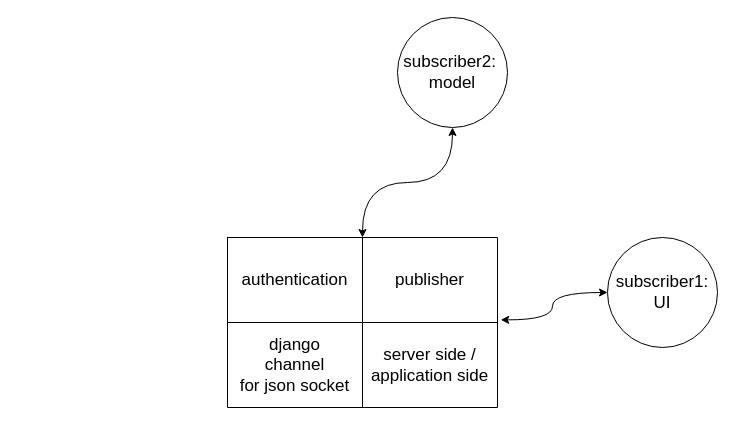
The draw.io diagram relay_server.drawio in chauchausoup/major_diagrams, before the edit. Source tidied: cells renumbered, new cells numbered last; positions are measured from the earlier drawing's top-left corner, leaving out a move shared by most shapes. Both pictures are drawn from the tidied source at 100%, with x=0, y=0 at pixel (227, 17).
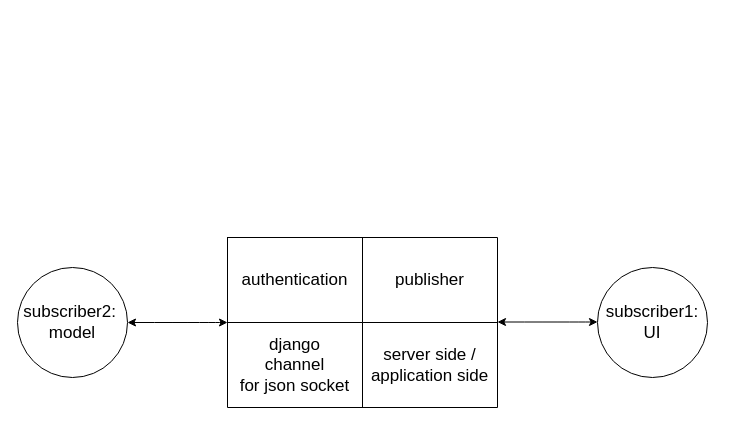
Above is the later version.

What changed in the source:
```diff
@@
 <mxGraphModel>
   <root>
     <mxCell id="0" />
     <mxCell id="1" parent="0" />
     <mxCell id="2" style="edgeStyle=orthogonalEdgeStyle;rounded=0;jettySize=auto;html=1;fontSize=17;curved=1;startArrow=classic;startFill=1;" parent="1" edge="1" source="3" target="12">
       <mxGeometry relative="1" as="geometry" />
     </mxCell>
     <mxCell id="3" style="shape=table;html=1;whiteSpace=wrap;startSize=0;childLayout=tableLayout;fontSize=17;" parent="1" vertex="1">
       <mxGeometry y="220" width="270" height="170" as="geometry" />
     </mxCell>
     <mxCell id="4" style="shape=partialRectangle;html=1;whiteSpace=wrap;fillColor=none;top=0;left=0;bottom=0;right=0;points=[[0,0.5],[1,0.5]];portConstraint=eastwest;fontSize=17;" parent="3" vertex="1">
       <mxGeometry width="270" height="85" as="geometry" />
     </mxCell>
     <mxCell id="5" value="authentication" style="shape=partialRectangle;html=1;whiteSpace=wrap;overflow=hidden;fillColor=none;top=0;left=0;bottom=0;right=0;fontSize=17;" parent="4" vertex="1">
       <mxGeometry width="135" height="85" as="geometry" />
     </mxCell>
     <mxCell id="6" value="publisher" style="shape=partialRectangle;html=1;whiteSpace=wrap;overflow=hidden;fillColor=none;top=0;left=0;bottom=0;right=0;fontSize=17;" parent="4" vertex="1">
       <mxGeometry x="135" width="135" height="85" as="geometry" />
     </mxCell>
     <mxCell id="7" style="shape=partialRectangle;html=1;whiteSpace=wrap;fillColor=none;top=0;left=0;bottom=0;right=0;fontSize=17;" parent="3" vertex="1">
       <mxGeometry y="85" width="270" height="85" as="geometry" />
     </mxCell>
     <mxCell id="8" value="django&lt;br style=&quot;font-size: 17px;&quot;&gt;channel&lt;br style=&quot;font-size: 17px;&quot;&gt;for json socket" style="shape=partialRectangle;html=1;whiteSpace=wrap;overflow=hidden;fillColor=none;top=0;left=0;bottom=0;right=0;fontSize=17;" parent="7" vertex="1">
       <mxGeometry width="135" height="85" as="geometry" />
     </mxCell>
     <mxCell id="9" value="server side /&lt;br style=&quot;font-size: 17px;&quot;&gt;application side" style="shape=partialRectangle;html=1;whiteSpace=wrap;overflow=hidden;fillColor=none;top=0;left=0;bottom=0;right=0;fontSize=17;" parent="7" vertex="1">
       <mxGeometry x="135" width="135" height="85" as="geometry" />
     </mxCell>
-    <mxCell id="10" style="edgeStyle=orthogonalEdgeStyle;rounded=0;jettySize=auto;html=1;fontSize=17;entryX=1.012;entryY=0.969;entryDx=0;entryDy=0;entryPerimeter=0;curved=1;startArrow=classic;startFill=1;" parent="1" edge="1" source="11" target="4">
-      <mxGeometry relative="1" as="geometry" />
-    </mxCell>
     <mxCell id="11" value="subscriber1:&lt;br style=&quot;font-size: 17px;&quot;&gt;UI" style="ellipse;whiteSpace=wrap;html=1;fontSize=17;" parent="1" vertex="1">
-      <mxGeometry x="380" y="220" width="110" height="110" as="geometry" />
+      <mxGeometry x="370" y="250" width="110" height="110" as="geometry" />
     </mxCell>
     <mxCell id="12" value="subscriber2:&amp;nbsp;&lt;br style=&quot;font-size: 17px;&quot;&gt;model" style="ellipse;whiteSpace=wrap;html=1;fontSize=17;" parent="1" vertex="1">
-      <mxGeometry x="170" width="110" height="110" as="geometry" />
+      <mxGeometry x="-210" y="250" width="110" height="110" as="geometry" />
     </mxCell>
+    <mxCell id="13" style="edgeStyle=orthogonalEdgeStyle;rounded=0;orthogonalLoop=1;jettySize=auto;html=1;fontSize=17;curved=1;startArrow=classic;startFill=1;" parent="1" edge="1">
+      <mxGeometry relative="1" as="geometry">
+        <mxPoint x="370" y="304.5" as="sourcePoint" />
+        <mxPoint x="270" y="304.5" as="targetPoint" />
+      </mxGeometry>
+    </mxCell>
   </root>
 </mxGraphModel>
```
